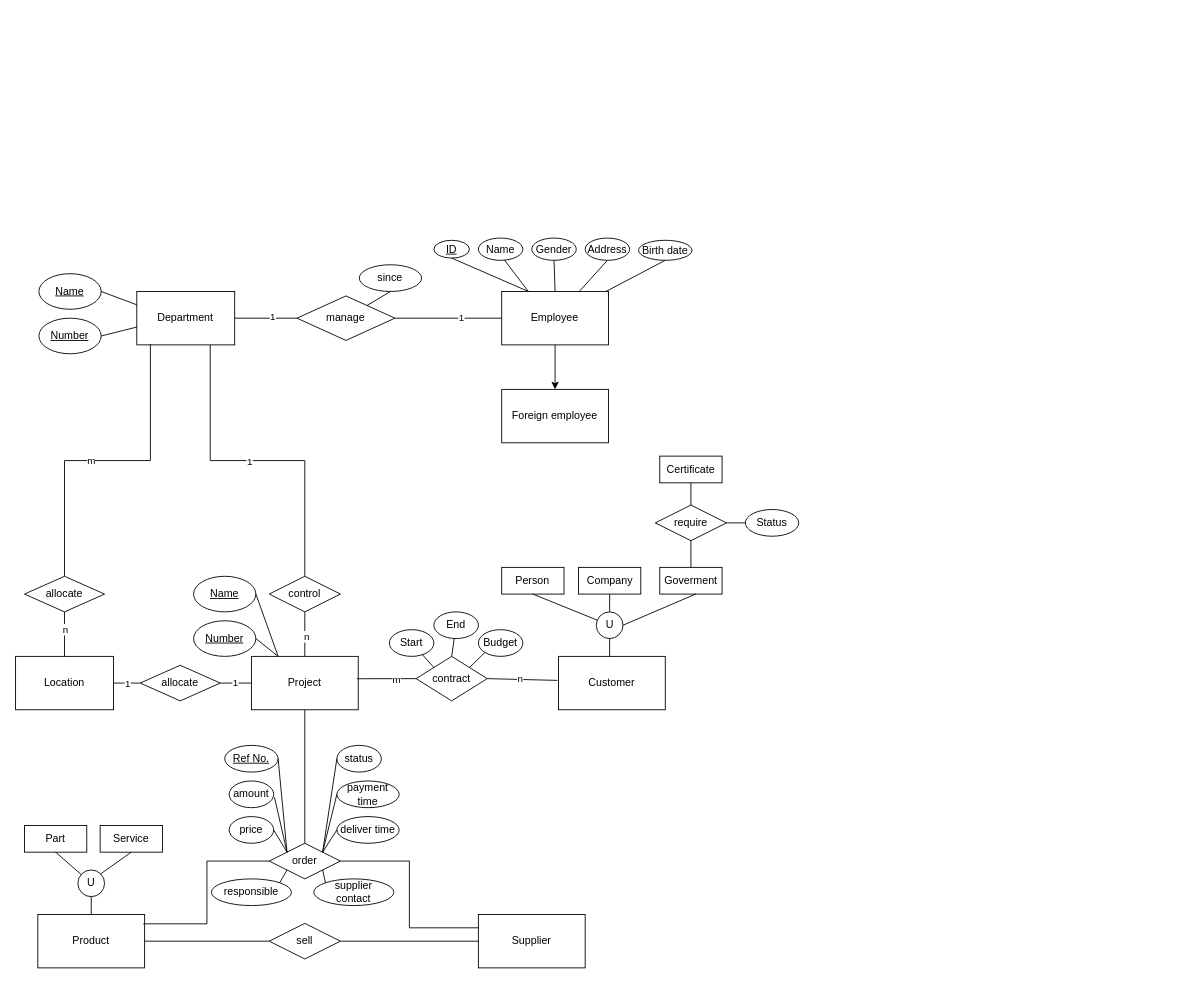
Earlier version of the draw.io diagram Construction company.drawio (nuo-li/Examples). Source tidied: cells renumbered, new cells numbered last; positions are measured from the earlier drawing's top-left corner, leaving out a move shared by most shapes. Both pictures are drawn from the tidied source at 89%, with x=0, y=0 at pixel (15, 238).
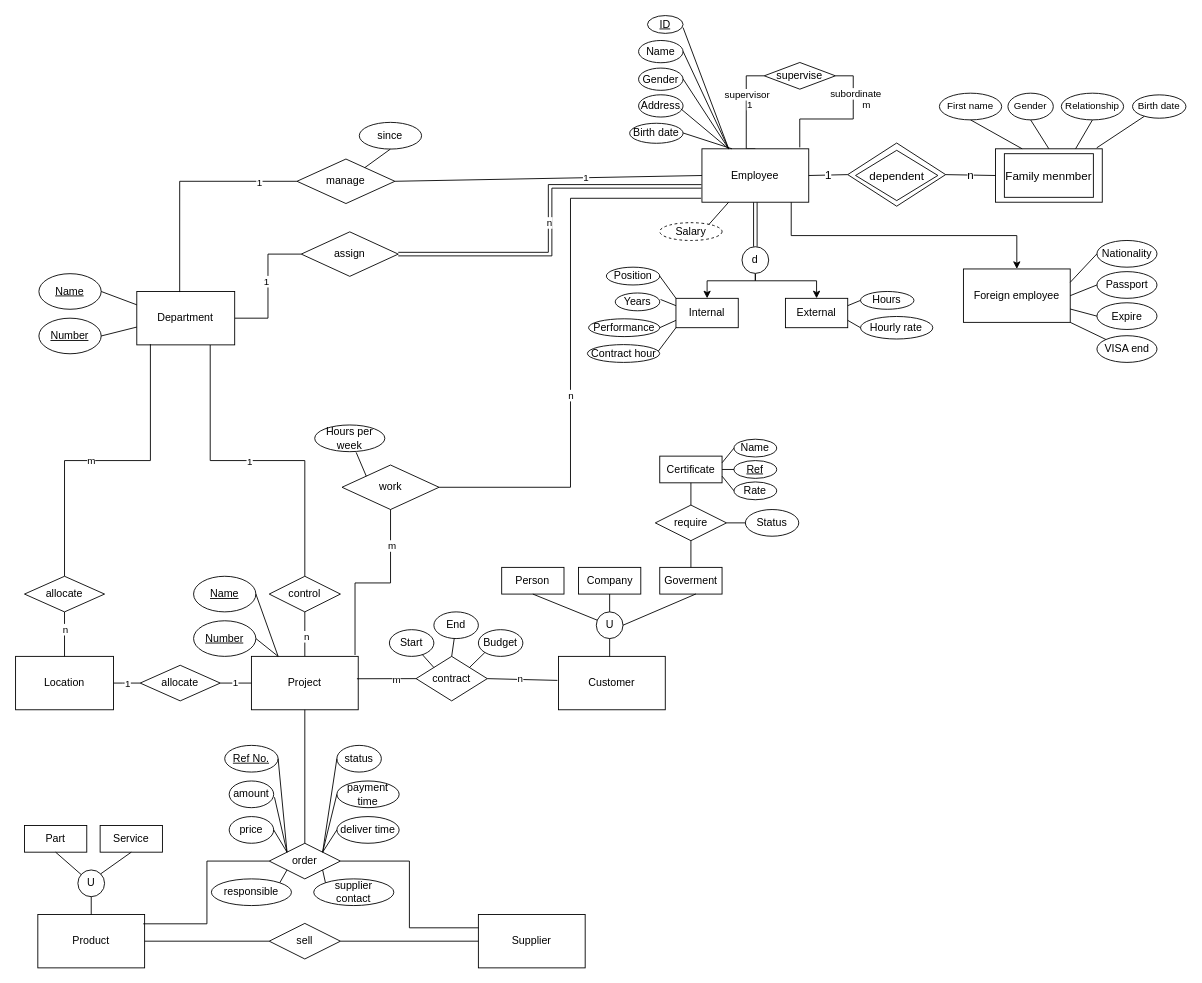
Above is the later version.

The change refers to these unchanged cells:
```xml
<mxCell id="4" value="Department" style="rounded=0;whiteSpace=wrap;html=1;" parent="1" vertex="1">
  <mxGeometry x="136.2" y="60" width="110" height="60" as="geometry" />
</mxCell>
<mxCell id="25" value="Project" style="rounded=0;whiteSpace=wrap;html=1;" parent="1" vertex="1">
  <mxGeometry x="265" y="470" width="120" height="60" as="geometry" />
</mxCell>
<mxCell id="87" value="Certificate" style="rounded=0;whiteSpace=wrap;html=1;" parent="1" vertex="1">
  <mxGeometry x="723.8" y="245" width="70" height="30" as="geometry" />
</mxCell>
```

The edit, as a diff of the source:
```diff
@@
+    <mxCell id="104" style="edgeStyle=orthogonalEdgeStyle;rounded=0;jettySize=auto;html=1;exitX=1;exitY=0.5;exitDx=0;exitDy=0;entryX=0;entryY=0.5;entryDx=0;entryDy=0;endArrow=none;endFill=0;" parent="1" edge="1" source="4" target="124">
+      <mxGeometry relative="1" as="geometry" />
+    </mxCell>
+    <mxCell id="105" value="1" style="edgeLabel;html=1;align=center;verticalAlign=middle;" parent="104" vertex="1">
+      <mxGeometry x="0.07" y="2" relative="1" as="geometry" />
+    </mxCell>
@@
+    <mxCell id="106" value="1" style="edgeStyle=orthogonalEdgeStyle;rounded=0;jettySize=auto;html=1;exitX=0.5;exitY=0;exitDx=0;exitDy=0;entryX=0;entryY=0.5;entryDx=0;entryDy=0;endArrow=none;endFill=0;" parent="1" edge="1" source="7" target="148">
+      <mxGeometry x="0.07" y="-4" relative="1" as="geometry">
+        <Array as="points">
+          <mxPoint x="821" y="-100.3" />
+          <mxPoint x="821" y="-182.3" />
+        </Array>
+      </mxGeometry>
+    </mxCell>
+    <mxCell id="107" value="supervisor" style="edgeLabel;html=1;align=center;verticalAlign=middle;" parent="106" vertex="1">
+      <mxGeometry x="-0.34" relative="1" as="geometry">
+        <mxPoint y="-34" as="offset" />
+      </mxGeometry>
+    </mxCell>
+    <mxCell id="108" style="edgeStyle=orthogonalEdgeStyle;rounded=0;jettySize=auto;html=1;exitX=0.916;exitY=-0.026;exitDx=0;exitDy=0;entryX=1;entryY=0.5;entryDx=0;entryDy=0;exitPerimeter=0;endArrow=none;endFill=0;" parent="1" edge="1" source="7" target="148">
+      <mxGeometry relative="1" as="geometry" />
+    </mxCell>
+    <mxCell id="109" value="subordinate" style="edgeLabel;html=1;align=center;verticalAlign=middle;" parent="108" vertex="1">
+      <mxGeometry x="0.47" relative="1" as="geometry">
+        <mxPoint x="2" y="-3" as="offset" />
+      </mxGeometry>
+    </mxCell>
+    <mxCell id="110" value="m" style="edgeLabel;html=1;align=center;verticalAlign=middle;" parent="108" vertex="1">
+      <mxGeometry x="0.34" y="1" relative="1" as="geometry">
+        <mxPoint x="15" y="-1" as="offset" />
+      </mxGeometry>
+    </mxCell>
+    <mxCell id="103" style="edgeStyle=orthogonalEdgeStyle;rounded=0;jettySize=auto;html=1;exitX=0.836;exitY=0.997;exitDx=0;exitDy=0;exitPerimeter=0;" parent="1" edge="1" source="7" target="102">
+      <mxGeometry relative="1" as="geometry" />
+    </mxCell>
+    <mxCell id="111" style="edgeStyle=orthogonalEdgeStyle;rounded=0;jettySize=auto;html=1;exitX=0.5;exitY=1;exitDx=0;exitDy=0;entryX=0.5;entryY=0;entryDx=0;entryDy=0;shape=link;" parent="1" edge="1" source="7" target="151">
+      <mxGeometry relative="1" as="geometry" />
+    </mxCell>
     <mxCell id="7" value="Employee" style="rounded=0;whiteSpace=wrap;html=1;" parent="1" vertex="1">
-      <mxGeometry x="546.2" y="60" width="120" height="60" as="geometry" />
+      <mxGeometry x="771.2" y="-100.3" width="120" height="60" as="geometry" />
     </mxCell>
     <mxCell id="8" value="manage" style="rhombus;whiteSpace=wrap;html=1;" parent="1" vertex="1">
-      <mxGeometry x="316.2" y="65" width="110" height="50" as="geometry" />
+      <mxGeometry x="316.2" y="-88.8" width="110" height="50" as="geometry" />
     </mxCell>
@@
-    <mxCell id="11" style="endArrow=none;html=1;rounded=0;exitX=1;exitY=0.5;exitDx=0;exitDy=0;entryX=0;entryY=0.5;entryDx=0;entryDy=0;" parent="1" edge="1" source="4" target="8">
-      <mxGeometry relative="1" as="geometry" />
-    </mxCell>
-    <mxCell id="12" value="1" style="edgeLabel;html=1;align=center;verticalAlign=middle;" parent="11" vertex="1">
-      <mxGeometry x="0.2" y="2" relative="1" as="geometry" />
-    </mxCell>
@@
     <mxCell id="15" value="since" style="ellipse;whiteSpace=wrap;html=1;" parent="1" vertex="1">
-      <mxGeometry x="386.2" y="30" width="70" height="30" as="geometry" />
+      <mxGeometry x="386.2" y="-130" width="70" height="30" as="geometry" />
     </mxCell>
@@
     <mxCell id="92" value="&lt;u&gt;ID&lt;/u&gt;" style="ellipse;whiteSpace=wrap;html=1;" parent="1" vertex="1">
-      <mxGeometry x="470" y="2.5" width="40" height="20" as="geometry" />
+      <mxGeometry x="710" y="-250" width="40" height="20" as="geometry" />
     </mxCell>
     <mxCell id="93" value="Name" style="ellipse;whiteSpace=wrap;html=1;" parent="1" vertex="1">
-      <mxGeometry x="520" width="50" height="25" as="geometry" />
+      <mxGeometry x="700" y="-222" width="50" height="25" as="geometry" />
     </mxCell>
     <mxCell id="94" value="Gender" style="ellipse;whiteSpace=wrap;html=1;" parent="1" vertex="1">
-      <mxGeometry x="580" width="50" height="25" as="geometry" />
+      <mxGeometry x="700" y="-191" width="50" height="25" as="geometry" />
     </mxCell>
     <mxCell id="95" value="Address" style="ellipse;whiteSpace=wrap;html=1;" parent="1" vertex="1">
-      <mxGeometry x="640" width="50" height="25" as="geometry" />
+      <mxGeometry x="700" y="-161" width="50" height="25" as="geometry" />
     </mxCell>
     <mxCell id="96" value="Birth date" style="ellipse;whiteSpace=wrap;html=1;" parent="1" vertex="1">
-      <mxGeometry x="700" y="2.5" width="60" height="22.5" as="geometry" />
+      <mxGeometry x="690" y="-129" width="60" height="22.5" as="geometry" />
     </mxCell>
-    <mxCell id="97" style="endArrow=none;html=1;rounded=0;entryX=0.5;entryY=1;entryDx=0;entryDy=0;exitX=0.25;exitY=0;exitDx=0;exitDy=0;" parent="1" edge="1" source="7" target="92">
-      <mxGeometry relative="1" as="geometry" />
+    <mxCell id="97" style="endArrow=none;html=1;rounded=0;entryX=1;entryY=0.69;entryDx=0;entryDy=0;exitX=0.25;exitY=0;exitDx=0;exitDy=0;entryPerimeter=0;" parent="1" edge="1" source="7">
+      <mxGeometry relative="1" as="geometry">
+        <mxPoint x="750" y="-236.5" as="targetPoint" />
+      </mxGeometry>
     </mxCell>
-    <mxCell id="98" style="endArrow=none;html=1;rounded=0;entryX=0.583;entryY=0.979;entryDx=0;entryDy=0;entryPerimeter=0;exitX=0.25;exitY=0;exitDx=0;exitDy=0;" parent="1" edge="1" source="7" target="93">
-      <mxGeometry relative="1" as="geometry" />
+    <mxCell id="98" style="endArrow=none;html=1;rounded=0;entryX=1;entryY=0.5;entryDx=0;entryDy=0;exitX=0.25;exitY=0;exitDx=0;exitDy=0;" parent="1" edge="1" source="7">
+      <mxGeometry relative="1" as="geometry">
+        <mxPoint x="750" y="-209.8" as="targetPoint" />
+      </mxGeometry>
     </mxCell>
-    <mxCell id="99" style="endArrow=none;html=1;rounded=0;entryX=0.5;entryY=1;entryDx=0;entryDy=0;exitX=0.5;exitY=0;exitDx=0;exitDy=0;" parent="1" edge="1" source="7" target="94">
-      <mxGeometry relative="1" as="geometry" />
+    <mxCell id="99" style="endArrow=none;html=1;rounded=0;entryX=1;entryY=0.5;entryDx=0;entryDy=0;exitX=0.25;exitY=0;exitDx=0;exitDy=0;" parent="1" edge="1" source="7">
+      <mxGeometry relative="1" as="geometry">
+        <mxPoint x="750" y="-178.8" as="targetPoint" />
+      </mxGeometry>
     </mxCell>
-    <mxCell id="100" style="endArrow=none;html=1;rounded=0;entryX=0.5;entryY=1;entryDx=0;entryDy=0;" parent="1" edge="1" source="7" target="95">
+    <mxCell id="100" style="endArrow=none;html=1;rounded=0;entryX=0.948;entryY=0.629;entryDx=0;entryDy=0;entryPerimeter=0;exitX=0.25;exitY=0;exitDx=0;exitDy=0;" parent="1" edge="1" source="7" target="95">
       <mxGeometry relative="1" as="geometry" />
     </mxCell>
-    <mxCell id="101" style="endArrow=none;html=1;rounded=0;entryX=0.5;entryY=1;entryDx=0;entryDy=0;" parent="1" edge="1" source="7" target="96">
-      <mxGeometry relative="1" as="geometry" />
-    </mxCell>
     <mxCell id="102" value="Foreign employee" style="rounded=0;whiteSpace=wrap;html=1;" parent="1" vertex="1">
-      <mxGeometry x="546.2" y="170" width="120" height="60" as="geometry" />
+      <mxGeometry x="1065" y="34.7" width="120" height="60" as="geometry" />
     </mxCell>
-    <mxCell id="103" style="endArrow=classic;html=1;rounded=0;entryX=0.5;entryY=0;entryDx=0;entryDy=0;exitX=0.5;exitY=1;exitDx=0;exitDy=0;" parent="1" edge="1" source="7" target="102">
-      <mxGeometry relative="1" as="geometry" />
-    </mxCell>
+    <mxCell id="112" value="Nationality" style="ellipse;whiteSpace=wrap;html=1;" parent="1" vertex="1">
+      <mxGeometry x="1215" y="2.7" width="67.5" height="30" as="geometry" />
+    </mxCell>
+    <mxCell id="113" value="Passport" style="ellipse;whiteSpace=wrap;html=1;" parent="1" vertex="1">
+      <mxGeometry x="1215" y="37.7" width="67.5" height="30" as="geometry" />
+    </mxCell>
+    <mxCell id="114" value="Expire" style="ellipse;whiteSpace=wrap;html=1;" parent="1" vertex="1">
+      <mxGeometry x="1215" y="72.7" width="67.5" height="30" as="geometry" />
+    </mxCell>
+    <mxCell id="115" style="edgeStyle=orthogonalEdgeStyle;rounded=0;jettySize=auto;html=1;exitX=0;exitY=0.5;exitDx=0;exitDy=0;endArrow=none;endFill=0;entryX=0.438;entryY=0.011;entryDx=0;entryDy=0;entryPerimeter=0;" parent="1" edge="1" source="8" target="4">
+      <mxGeometry relative="1" as="geometry">
+        <Array as="points">
+          <mxPoint x="184" y="-64" />
+        </Array>
+      </mxGeometry>
+    </mxCell>
+    <mxCell id="116" value="1" style="edgeLabel;html=1;align=center;verticalAlign=middle;" parent="115" vertex="1">
+      <mxGeometry y="1" relative="1" as="geometry">
+        <mxPoint x="85" as="offset" />
+      </mxGeometry>
+    </mxCell>
+    <mxCell id="117" value="VISA end" style="ellipse;whiteSpace=wrap;html=1;" parent="1" vertex="1">
+      <mxGeometry x="1215" y="109.7" width="67.5" height="30" as="geometry" />
+    </mxCell>
+    <mxCell id="118" style="endArrow=none;html=1;rounded=0;entryX=0;entryY=0.5;entryDx=0;entryDy=0;exitX=1;exitY=0.25;exitDx=0;exitDy=0;" parent="1" edge="1" source="102" target="112">
+      <mxGeometry relative="1" as="geometry" />
+    </mxCell>
+    <mxCell id="119" style="endArrow=none;html=1;rounded=0;entryX=0;entryY=0.5;entryDx=0;entryDy=0;exitX=1;exitY=0.5;exitDx=0;exitDy=0;" parent="1" edge="1" source="102" target="113">
+      <mxGeometry relative="1" as="geometry" />
+    </mxCell>
+    <mxCell id="120" style="endArrow=none;html=1;rounded=0;entryX=0;entryY=0.5;entryDx=0;entryDy=0;exitX=1;exitY=0.75;exitDx=0;exitDy=0;" parent="1" edge="1" source="102" target="114">
+      <mxGeometry relative="1" as="geometry" />
+    </mxCell>
+    <mxCell id="121" style="endArrow=none;html=1;rounded=0;exitX=1;exitY=1;exitDx=0;exitDy=0;entryX=0;entryY=0;entryDx=0;entryDy=0;" parent="1" edge="1" source="102" target="117">
+      <mxGeometry relative="1" as="geometry" />
+    </mxCell>
+    <mxCell id="122" style="edgeStyle=orthogonalEdgeStyle;shape=link;rounded=0;jettySize=auto;html=1;entryX=-0.005;entryY=0.704;entryDx=0;entryDy=0;entryPerimeter=0;" parent="1" edge="1" source="124" target="7">
+      <mxGeometry relative="1" as="geometry" />
+    </mxCell>
+    <mxCell id="123" value="n" style="edgeLabel;html=1;align=center;verticalAlign=middle;" parent="122" vertex="1">
+      <mxGeometry x="-0.01" y="1" relative="1" as="geometry" />
+    </mxCell>
+    <mxCell id="124" value="assign" style="rhombus;whiteSpace=wrap;html=1;" parent="1" vertex="1">
+      <mxGeometry x="321" y="-7" width="109" height="50" as="geometry" />
+    </mxCell>
+    <mxCell id="125" value="work" style="rhombus;whiteSpace=wrap;html=1;" parent="1" vertex="1">
+      <mxGeometry x="366.8" y="255" width="109" height="50" as="geometry" />
+    </mxCell>
+    <mxCell id="126" style="edgeStyle=orthogonalEdgeStyle;rounded=0;jettySize=auto;html=1;exitX=1;exitY=0.5;exitDx=0;exitDy=0;entryX=-0.008;entryY=0.926;entryDx=0;entryDy=0;entryPerimeter=0;endArrow=none;endFill=0;" parent="1" edge="1" source="125" target="7">
+      <mxGeometry relative="1" as="geometry" />
+    </mxCell>
+    <mxCell id="127" value="n" style="edgeLabel;html=1;align=center;verticalAlign=middle;" parent="126" vertex="1">
+      <mxGeometry x="-0.19" relative="1" as="geometry" />
+    </mxCell>
+    <mxCell id="128" style="edgeStyle=orthogonalEdgeStyle;rounded=0;jettySize=auto;html=1;exitX=0.5;exitY=1;exitDx=0;exitDy=0;entryX=0.97;entryY=-0.026;entryDx=0;entryDy=0;entryPerimeter=0;endArrow=none;endFill=0;" parent="1" edge="1" source="125" target="25">
+      <mxGeometry relative="1" as="geometry" />
+    </mxCell>
+    <mxCell id="129" value="m" style="edgeLabel;html=1;align=center;verticalAlign=middle;" parent="128" vertex="1">
+      <mxGeometry x="-0.61" y="1" relative="1" as="geometry" />
+    </mxCell>
+    <mxCell id="130" style="group;fontSize=13;" parent="1" vertex="1">
+      <mxGeometry x="1101" y="-100.3" width="120" height="60" as="geometry" />
+    </mxCell>
+    <mxCell id="131" style="rounded=0;whiteSpace=wrap;html=1;fontSize=13;" parent="130" vertex="1">
+      <mxGeometry width="120" height="60" as="geometry" />
+    </mxCell>
+    <mxCell id="132" value="Family menmber" style="rounded=0;whiteSpace=wrap;html=1;shadow=0;perimeterSpacing=15;strokeWidth=1;fontSize=13;" parent="130" vertex="1">
+      <mxGeometry x="10" y="5.5" width="100" height="49" as="geometry" />
+    </mxCell>
+    <mxCell id="133" style="group;fontSize=13;" parent="1" vertex="1">
+      <mxGeometry x="935" y="-106.8" width="110" height="71" as="geometry" />
+    </mxCell>
+    <mxCell id="134" style="rhombus;whiteSpace=wrap;html=1;fontSize=13;" parent="133" vertex="1">
+      <mxGeometry width="110" height="71" as="geometry" />
+    </mxCell>
+    <mxCell id="135" value="dependent" style="rhombus;whiteSpace=wrap;html=1;fontSize=13;" parent="133" vertex="1">
+      <mxGeometry x="8.8" y="8.2" width="92.5" height="56.5" as="geometry" />
+    </mxCell>
+    <mxCell id="136" value="1" style="endArrow=none;html=1;rounded=0;entryX=1;entryY=0.5;entryDx=0;entryDy=0;exitX=0;exitY=0.5;exitDx=0;exitDy=0;fontSize=13;" parent="1" edge="1" source="134" target="7">
+      <mxGeometry relative="1" as="geometry" />
+    </mxCell>
+    <mxCell id="137" value="n" style="endArrow=none;html=1;rounded=0;entryX=0;entryY=0.5;entryDx=0;entryDy=0;fontSize=13;exitX=1;exitY=0.5;exitDx=0;exitDy=0;" parent="1" edge="1" source="134" target="131">
+      <mxGeometry relative="1" as="geometry" />
+    </mxCell>
+    <mxCell id="138" value="First name" style="ellipse;whiteSpace=wrap;html=1;fontSize=11;" parent="1" vertex="1">
+      <mxGeometry x="1038" y="-162.8" width="70" height="30" as="geometry" />
+    </mxCell>
+    <mxCell id="139" value="Gender" style="ellipse;whiteSpace=wrap;html=1;fontSize=11;" parent="1" vertex="1">
+      <mxGeometry x="1115" y="-162.8" width="51" height="30" as="geometry" />
+    </mxCell>
+    <mxCell id="140" value="Relationship" style="ellipse;whiteSpace=wrap;html=1;fontSize=11;" parent="1" vertex="1">
+      <mxGeometry x="1175" y="-162.8" width="70" height="30" as="geometry" />
+    </mxCell>
+    <mxCell id="141" style="endArrow=none;html=1;rounded=0;entryX=0.5;entryY=1;entryDx=0;entryDy=0;exitX=0.25;exitY=0;exitDx=0;exitDy=0;fontSize=13;" parent="1" edge="1" source="131" target="138">
+      <mxGeometry relative="1" as="geometry" />
+    </mxCell>
+    <mxCell id="142" style="endArrow=none;html=1;rounded=0;entryX=0.5;entryY=1;entryDx=0;entryDy=0;exitX=0.5;exitY=0;exitDx=0;exitDy=0;fontSize=13;" parent="1" edge="1" source="131" target="139">
+      <mxGeometry relative="1" as="geometry" />
+    </mxCell>
+    <mxCell id="143" style="endArrow=none;html=1;rounded=0;entryX=0.5;entryY=1;entryDx=0;entryDy=0;exitX=0.75;exitY=0;exitDx=0;exitDy=0;fontSize=13;" parent="1" edge="1" source="131" target="140">
+      <mxGeometry relative="1" as="geometry" />
+    </mxCell>
+    <mxCell id="144" value="Birth date" style="ellipse;whiteSpace=wrap;html=1;fontSize=11;" parent="1" vertex="1">
+      <mxGeometry x="1255" y="-160.9" width="60" height="26.2" as="geometry" />
+    </mxCell>
+    <mxCell id="145" style="endArrow=none;html=1;rounded=0;exitX=0.948;exitY=-0.018;exitDx=0;exitDy=0;exitPerimeter=0;" parent="1" edge="1" source="131" target="144">
+      <mxGeometry relative="1" as="geometry" />
+    </mxCell>
+    <mxCell id="146" value="Hours per week" style="ellipse;whiteSpace=wrap;html=1;" parent="1" vertex="1">
+      <mxGeometry x="336.1" y="210" width="78.8" height="30" as="geometry" />
+    </mxCell>
+    <mxCell id="147" style="endArrow=none;html=1;rounded=0;entryX=1;entryY=0.5;entryDx=0;entryDy=0;exitX=0.281;exitY=0;exitDx=0;exitDy=0;exitPerimeter=0;" parent="1" edge="1" source="7">
+      <mxGeometry relative="1" as="geometry">
+        <mxPoint x="750" y="-118.1" as="targetPoint" />
+      </mxGeometry>
+    </mxCell>
+    <mxCell id="148" value="supervise" style="rhombus;whiteSpace=wrap;html=1;" parent="1" vertex="1">
+      <mxGeometry x="841.2" y="-197.3" width="80" height="30" as="geometry" />
+    </mxCell>
+    <mxCell id="149" style="edgeStyle=orthogonalEdgeStyle;rounded=0;jettySize=auto;html=1;exitX=0.5;exitY=1;exitDx=0;exitDy=0;entryX=0.5;entryY=0;entryDx=0;entryDy=0;" parent="1" edge="1" source="151" target="152">
+      <mxGeometry relative="1" as="geometry">
+        <Array as="points">
+          <mxPoint x="831" y="48" />
+          <mxPoint x="777" y="48" />
+        </Array>
+      </mxGeometry>
+    </mxCell>
+    <mxCell id="150" style="edgeStyle=orthogonalEdgeStyle;rounded=0;jettySize=auto;html=1;exitX=0.5;exitY=1;exitDx=0;exitDy=0;" parent="1" edge="1" source="151" target="153">
+      <mxGeometry relative="1" as="geometry">
+        <Array as="points">
+          <mxPoint x="831" y="48" />
+          <mxPoint x="900" y="48" />
+        </Array>
+      </mxGeometry>
+    </mxCell>
+    <mxCell id="151" value="d" style="ellipse;whiteSpace=wrap;html=1;" parent="1" vertex="1">
+      <mxGeometry x="816.2" y="9.7" width="30" height="30" as="geometry" />
+    </mxCell>
+    <mxCell id="152" value="Internal" style="rounded=0;whiteSpace=wrap;html=1;" parent="1" vertex="1">
+      <mxGeometry x="742" y="67.7" width="70" height="33" as="geometry" />
+    </mxCell>
+    <mxCell id="153" value="External" style="rounded=0;whiteSpace=wrap;html=1;" parent="1" vertex="1">
+      <mxGeometry x="865" y="67.7" width="70" height="33" as="geometry" />
+    </mxCell>
+    <mxCell id="154" value="Position" style="ellipse;whiteSpace=wrap;html=1;" parent="1" vertex="1">
+      <mxGeometry x="663.8" y="32.7" width="60" height="20" as="geometry" />
+    </mxCell>
+    <mxCell id="155" value="Contract hour" style="ellipse;whiteSpace=wrap;html=1;" parent="1" vertex="1">
+      <mxGeometry x="642.5" y="119.7" width="81.2" height="20" as="geometry" />
+    </mxCell>
+    <mxCell id="156" value="Years" style="ellipse;whiteSpace=wrap;html=1;" parent="1" vertex="1">
+      <mxGeometry x="673.8" y="61.7" width="50" height="20" as="geometry" />
+    </mxCell>
+    <mxCell id="157" value="Hours" style="ellipse;whiteSpace=wrap;html=1;flipH=1;" parent="1" vertex="1">
+      <mxGeometry x="949.4" y="60" width="60" height="20" as="geometry" />
+    </mxCell>
+    <mxCell id="158" value="Hourly rate" style="ellipse;whiteSpace=wrap;html=1;" parent="1" vertex="1">
+      <mxGeometry x="949.4" y="88.1" width="81.2" height="25.3" as="geometry" />
+    </mxCell>
+    <mxCell id="159" value="Performance" style="ellipse;whiteSpace=wrap;html=1;" parent="1" vertex="1">
+      <mxGeometry x="643.8" y="90.7" width="80" height="20" as="geometry" />
+    </mxCell>
+    <mxCell id="160" value="Salary" style="ellipse;whiteSpace=wrap;html=1;dashed=1;" parent="1" vertex="1">
+      <mxGeometry x="723.8" y="-17.3" width="70" height="20" as="geometry" />
+    </mxCell>
+    <mxCell id="161" style="endArrow=none;html=1;rounded=0;entryX=1;entryY=0.5;entryDx=0;entryDy=0;exitX=0;exitY=0;exitDx=0;exitDy=0;" parent="1" edge="1" source="152" target="154">
+      <mxGeometry relative="1" as="geometry" />
+    </mxCell>
+    <mxCell id="162" style="endArrow=none;html=1;rounded=0;entryX=1.018;entryY=0.365;entryDx=0;entryDy=0;entryPerimeter=0;exitX=0;exitY=0.25;exitDx=0;exitDy=0;" parent="1" edge="1" source="152" target="156">
+      <mxGeometry relative="1" as="geometry" />
+    </mxCell>
+    <mxCell id="163" style="endArrow=none;html=1;rounded=0;entryX=1;entryY=0.5;entryDx=0;entryDy=0;exitX=0;exitY=0.75;exitDx=0;exitDy=0;" parent="1" edge="1" source="152" target="159">
+      <mxGeometry relative="1" as="geometry" />
+    </mxCell>
+    <mxCell id="164" style="endArrow=none;html=1;rounded=0;exitX=0.982;exitY=0.365;exitDx=0;exitDy=0;exitPerimeter=0;entryX=0;entryY=1;entryDx=0;entryDy=0;" parent="1" edge="1" source="155" target="152">
+      <mxGeometry relative="1" as="geometry" />
+    </mxCell>
+    <mxCell id="165" style="endArrow=none;html=1;rounded=0;entryX=0;entryY=0.5;entryDx=0;entryDy=0;exitX=1;exitY=0.25;exitDx=0;exitDy=0;" parent="1" edge="1" source="153" target="157">
+      <mxGeometry relative="1" as="geometry" />
+    </mxCell>
+    <mxCell id="166" style="endArrow=none;html=1;rounded=0;entryX=0;entryY=0.5;entryDx=0;entryDy=0;exitX=1;exitY=0.75;exitDx=0;exitDy=0;" parent="1" edge="1" source="153" target="158">
+      <mxGeometry relative="1" as="geometry" />
+    </mxCell>
+    <mxCell id="167" style="endArrow=none;html=1;rounded=0;entryX=0.25;entryY=1;entryDx=0;entryDy=0;exitX=0.785;exitY=0.115;exitDx=0;exitDy=0;exitPerimeter=0;" parent="1" edge="1" source="160" target="7">
+      <mxGeometry relative="1" as="geometry" />
+    </mxCell>
+    <mxCell id="168" value="Name" style="ellipse;whiteSpace=wrap;html=1;" parent="1" vertex="1">
+      <mxGeometry x="807.2" y="226" width="48" height="20" as="geometry" />
+    </mxCell>
+    <mxCell id="169" value="&lt;u&gt;Ref&lt;/u&gt;" style="ellipse;whiteSpace=wrap;html=1;" parent="1" vertex="1">
+      <mxGeometry x="807.2" y="250" width="48" height="20" as="geometry" />
+    </mxCell>
+    <mxCell id="170" value="Rate" style="ellipse;whiteSpace=wrap;html=1;" parent="1" vertex="1">
+      <mxGeometry x="807.2" y="274" width="48" height="20" as="geometry" />
+    </mxCell>
+    <mxCell id="171" style="endArrow=none;html=1;rounded=0;entryX=0;entryY=0.5;entryDx=0;entryDy=0;exitX=1;exitY=0.5;exitDx=0;exitDy=0;" parent="1" edge="1" source="87" target="169">
+      <mxGeometry relative="1" as="geometry" />
+    </mxCell>
+    <mxCell id="172" style="endArrow=none;html=1;rounded=0;entryX=0;entryY=0.5;entryDx=0;entryDy=0;exitX=1;exitY=0.75;exitDx=0;exitDy=0;" parent="1" edge="1" source="87" target="170">
+      <mxGeometry relative="1" as="geometry" />
+    </mxCell>
+    <mxCell id="173" style="endArrow=none;html=1;rounded=0;entryX=0;entryY=0.5;entryDx=0;entryDy=0;exitX=1;exitY=0.25;exitDx=0;exitDy=0;" parent="1" edge="1" source="87" target="168">
+      <mxGeometry relative="1" as="geometry" />
+    </mxCell>
+    <mxCell id="174" style="endArrow=none;html=1;rounded=0;entryX=0.591;entryY=1.025;entryDx=0;entryDy=0;entryPerimeter=0;exitX=0;exitY=0;exitDx=0;exitDy=0;" parent="1" edge="1" source="125" target="146">
+      <mxGeometry relative="1" as="geometry" />
+    </mxCell>
```
